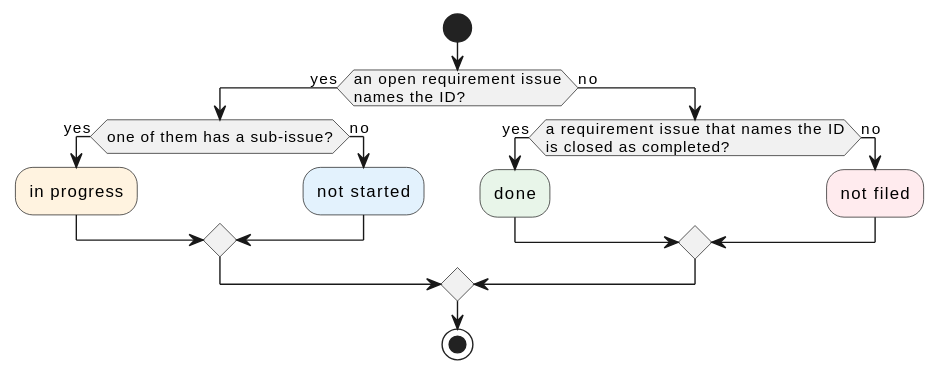
Earlier version of the PlantUML export docs/ja/requirements/trace/trace-progress.svg (cloveclovedev/cumin-trace). Its diagram source:
```plantuml
@startuml
skinparam shadowing false

start
if (an open requirement issue\nnames the ID?) then (yes)
  if (one of them has a sub-issue?) then (yes)
    #FFF3E0:in progress;
  else (no)
    #E3F2FD:not started;
  endif
else (no)
  if (a requirement issue that names the ID\nis closed as completed?) then (yes)
    #E8F5E9:done;
  else (no)
    #FFEBEE:not filed;
  endif
endif
stop
@enduml
```
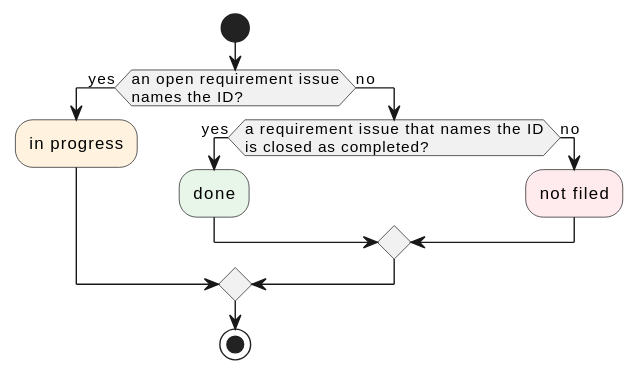
Later version of the same file.

Diff of the diagram source:
```diff
@@ -3,11 +3,7 @@
 
 start
 if (an open requirement issue\nnames the ID?) then (yes)
-  if (one of them has a sub-issue?) then (yes)
-    #FFF3E0:in progress;
-  else (no)
-    #E3F2FD:not started;
-  endif
+  #FFF3E0:in progress;
 else (no)
   if (a requirement issue that names the ID\nis closed as completed?) then (yes)
     #E8F5E9:done;
```
